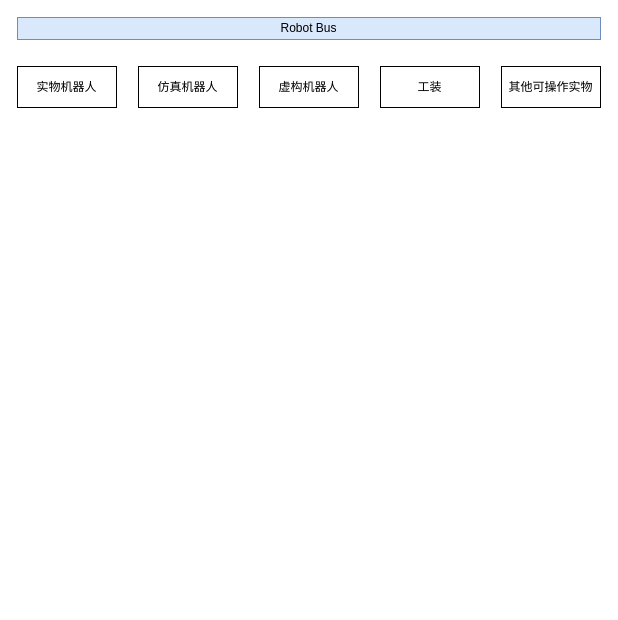
This is docs/draw/draw.drawio from Robot-Exp-Platform/roplat-pages, a draw.io file, before an edit. Source tidied: cells renumbered, new cells numbered last; positions are measured from the earlier drawing's top-left corner, leaving out a move shared by most shapes. Both pictures are drawn from the tidied source at 100%, with x=0, y=0 at pixel (17, 17).
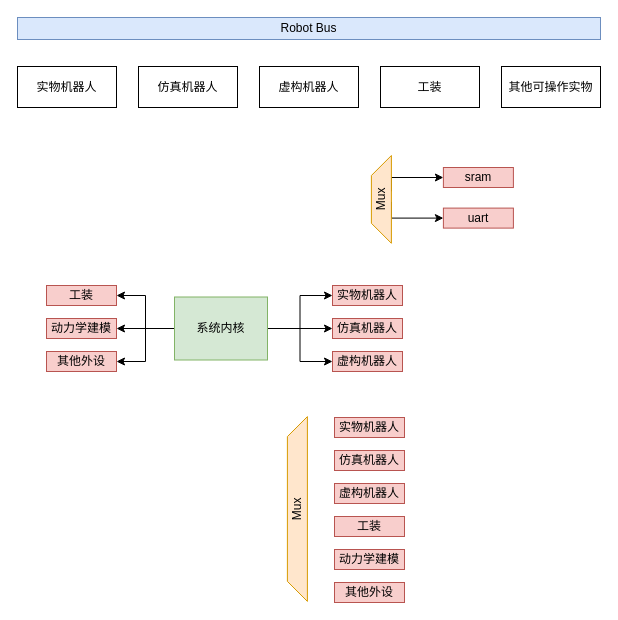
Above is the later version.

Change to the diagram source:
```diff
@@
+    <mxCell id="8" style="edgeStyle=orthogonalEdgeStyle;rounded=0;jettySize=auto;html=1;exitX=0.75;exitY=1;exitDx=0;exitDy=0;entryX=0;entryY=0.5;entryDx=0;entryDy=0;" parent="1" edge="1" target="11">
+      <mxGeometry relative="1" as="geometry">
+        <mxPoint x="373.9" y="173.8" as="sourcePoint" />
+        <Array as="points">
+          <mxPoint x="373.9" y="160" />
+        </Array>
+      </mxGeometry>
+    </mxCell>
+    <mxCell id="9" style="edgeStyle=orthogonalEdgeStyle;rounded=0;jettySize=auto;html=1;exitX=0.75;exitY=1;exitDx=0;exitDy=0;entryX=0;entryY=0.5;entryDx=0;entryDy=0;" parent="1" edge="1" target="12">
+      <mxGeometry relative="1" as="geometry">
+        <mxPoint x="373.9" y="184.4" as="sourcePoint" />
+        <Array as="points">
+          <mxPoint x="373.9" y="200.6" />
+        </Array>
+      </mxGeometry>
+    </mxCell>
+    <mxCell id="10" value="Mux" style="shape=trapezoid;perimeter=trapezoidPerimeter;whiteSpace=wrap;html=1;fixedSize=1;rotation=-90;fillColor=#ffe6cc;strokeColor=#d79b00;" parent="1" vertex="1">
+      <mxGeometry x="320" y="171.9" width="87.8" height="20" as="geometry" />
+    </mxCell>
+    <mxCell id="11" value="sram" style="whiteSpace=wrap;html=1;fillColor=#f8cecc;strokeColor=#b85450;" parent="1" vertex="1">
+      <mxGeometry x="425.9" y="150" width="70" height="20" as="geometry" />
+    </mxCell>
+    <mxCell id="12" value="uart" style="whiteSpace=wrap;html=1;fillColor=#f8cecc;strokeColor=#b85450;" parent="1" vertex="1">
+      <mxGeometry x="425.9" y="190.6" width="70" height="20" as="geometry" />
+    </mxCell>
+    <mxCell id="13" value="实物机器人" style="whiteSpace=wrap;html=1;fillColor=#f8cecc;strokeColor=#b85450;" parent="1" vertex="1">
+      <mxGeometry x="315" y="268" width="70" height="20" as="geometry" />
+    </mxCell>
+    <mxCell id="14" value="仿真机器人" style="whiteSpace=wrap;html=1;fillColor=#f8cecc;strokeColor=#b85450;" parent="1" vertex="1">
+      <mxGeometry x="315" y="301" width="70" height="20" as="geometry" />
+    </mxCell>
+    <mxCell id="15" value="虚构机器人" style="whiteSpace=wrap;html=1;fillColor=#f8cecc;strokeColor=#b85450;" parent="1" vertex="1">
+      <mxGeometry x="315" y="334" width="70" height="20" as="geometry" />
+    </mxCell>
+    <mxCell id="16" value="工装" style="whiteSpace=wrap;html=1;fillColor=#f8cecc;strokeColor=#b85450;" parent="1" vertex="1">
+      <mxGeometry x="29" y="268" width="70" height="20" as="geometry" />
+    </mxCell>
+    <mxCell id="17" value="动力学建模" style="whiteSpace=wrap;html=1;fillColor=#f8cecc;strokeColor=#b85450;" parent="1" vertex="1">
+      <mxGeometry x="29" y="301" width="70" height="20" as="geometry" />
+    </mxCell>
+    <mxCell id="18" value="其他外设" style="whiteSpace=wrap;html=1;fillColor=#f8cecc;strokeColor=#b85450;" parent="1" vertex="1">
+      <mxGeometry x="29" y="334" width="70" height="20" as="geometry" />
+    </mxCell>
+    <mxCell id="19" style="edgeStyle=orthogonalEdgeStyle;rounded=0;jettySize=auto;html=1;" parent="1" edge="1" source="25" target="13">
+      <mxGeometry relative="1" as="geometry" />
+    </mxCell>
+    <mxCell id="20" style="edgeStyle=orthogonalEdgeStyle;rounded=0;jettySize=auto;html=1;" parent="1" edge="1" source="25" target="14">
+      <mxGeometry relative="1" as="geometry" />
+    </mxCell>
+    <mxCell id="21" style="edgeStyle=orthogonalEdgeStyle;rounded=0;jettySize=auto;html=1;" parent="1" edge="1" source="25" target="15">
+      <mxGeometry relative="1" as="geometry" />
+    </mxCell>
+    <mxCell id="22" style="edgeStyle=orthogonalEdgeStyle;rounded=0;jettySize=auto;html=1;" parent="1" edge="1" source="25" target="16">
+      <mxGeometry relative="1" as="geometry" />
+    </mxCell>
+    <mxCell id="23" style="edgeStyle=orthogonalEdgeStyle;rounded=0;jettySize=auto;html=1;entryX=1;entryY=0.5;entryDx=0;entryDy=0;" parent="1" edge="1" source="25" target="17">
+      <mxGeometry relative="1" as="geometry" />
+    </mxCell>
+    <mxCell id="24" style="edgeStyle=orthogonalEdgeStyle;rounded=0;jettySize=auto;html=1;entryX=1;entryY=0.5;entryDx=0;entryDy=0;" parent="1" edge="1" source="25" target="18">
+      <mxGeometry relative="1" as="geometry" />
+    </mxCell>
+    <mxCell id="25" value="系统内核" style="rounded=0;whiteSpace=wrap;html=1;fillColor=#d5e8d4;strokeColor=#82b366;" parent="1" vertex="1">
+      <mxGeometry x="157" y="279.5" width="93" height="63" as="geometry" />
+    </mxCell>
+    <mxCell id="26" value="实物机器人" style="whiteSpace=wrap;html=1;fillColor=#f8cecc;strokeColor=#b85450;" parent="1" vertex="1">
+      <mxGeometry x="317" y="400" width="70" height="20" as="geometry" />
+    </mxCell>
+    <mxCell id="27" value="仿真机器人" style="whiteSpace=wrap;html=1;fillColor=#f8cecc;strokeColor=#b85450;" parent="1" vertex="1">
+      <mxGeometry x="317" y="433" width="70" height="20" as="geometry" />
+    </mxCell>
+    <mxCell id="28" value="虚构机器人" style="whiteSpace=wrap;html=1;fillColor=#f8cecc;strokeColor=#b85450;" parent="1" vertex="1">
+      <mxGeometry x="317" y="466" width="70" height="20" as="geometry" />
+    </mxCell>
+    <mxCell id="29" value="工装" style="whiteSpace=wrap;html=1;fillColor=#f8cecc;strokeColor=#b85450;" parent="1" vertex="1">
+      <mxGeometry x="317" y="499" width="70" height="20" as="geometry" />
+    </mxCell>
+    <mxCell id="30" value="动力学建模" style="whiteSpace=wrap;html=1;fillColor=#f8cecc;strokeColor=#b85450;" parent="1" vertex="1">
+      <mxGeometry x="317" y="532" width="70" height="20" as="geometry" />
+    </mxCell>
+    <mxCell id="31" value="其他外设" style="whiteSpace=wrap;html=1;fillColor=#f8cecc;strokeColor=#b85450;" parent="1" vertex="1">
+      <mxGeometry x="317" y="565" width="70" height="20" as="geometry" />
+    </mxCell>
+    <mxCell id="32" value="Mux" style="shape=trapezoid;perimeter=trapezoidPerimeter;whiteSpace=wrap;html=1;fixedSize=1;rotation=-90;fillColor=#ffe6cc;strokeColor=#d79b00;" parent="1" vertex="1">
+      <mxGeometry x="187.5" y="481.5" width="184.8" height="20" as="geometry" />
+    </mxCell>
```
